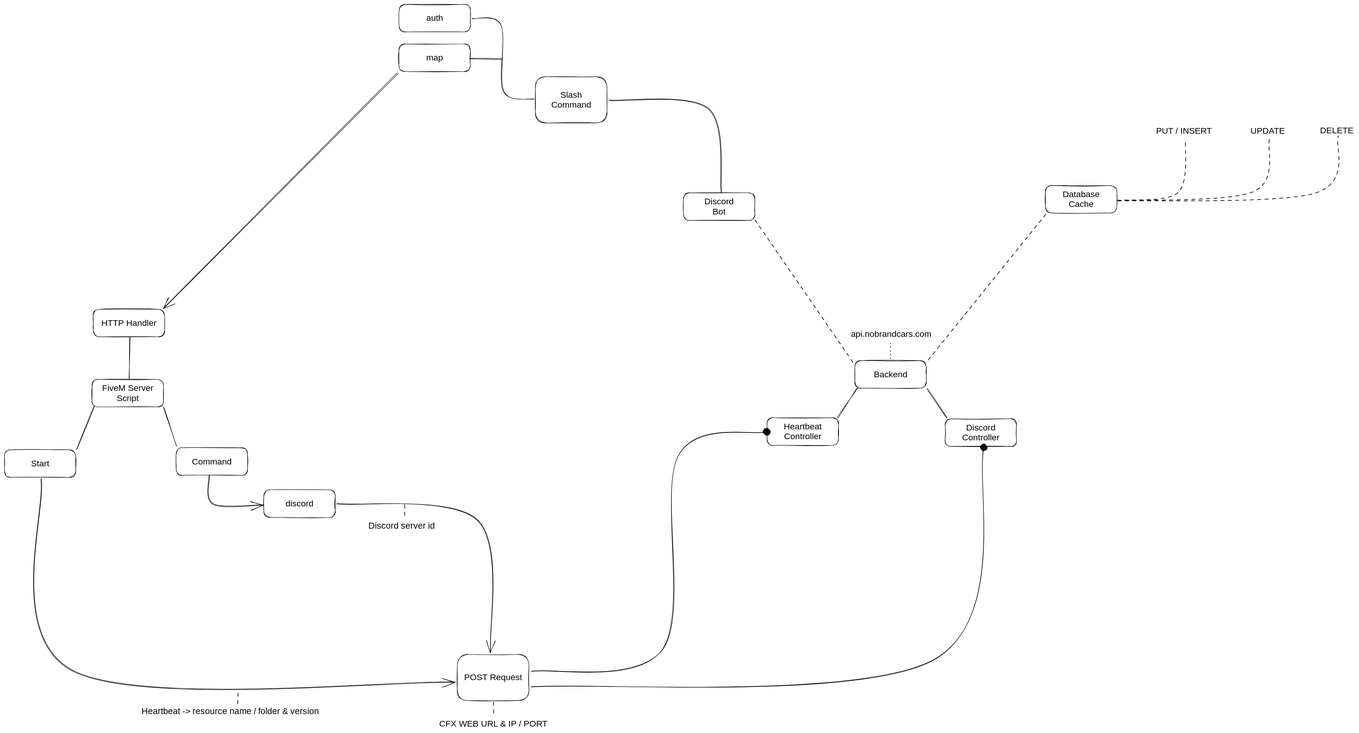
Earlier version of the Excalidraw export .gitbook/assets/file.excalidraw.svg (NoBrandCars/docs). Source tidied: one line per element, renumbered; positions are measured from the earlier drawing's top-left corner, leaving out a move shared by most shapes.
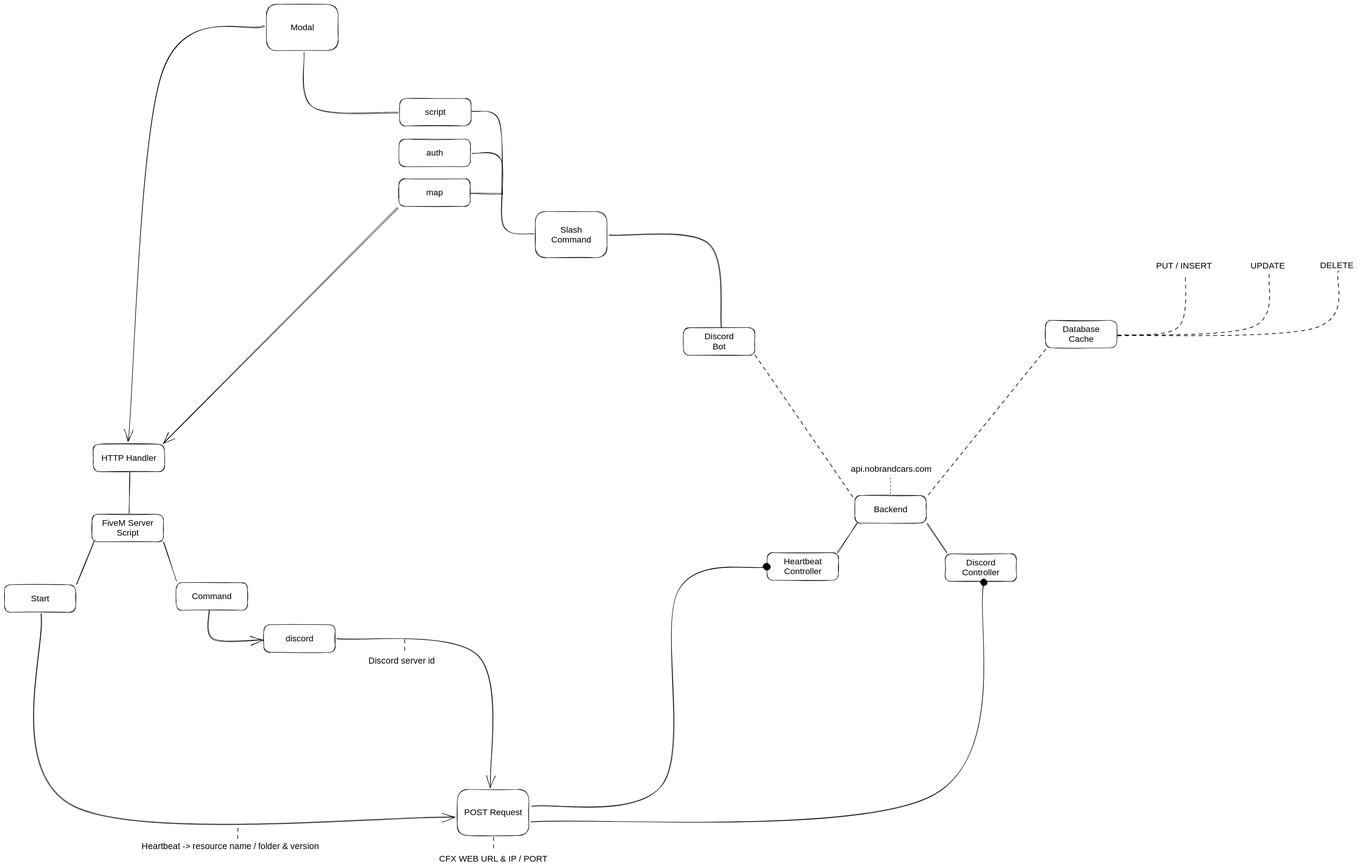
After the change.

What changed in the source:
```diff
@@ -56,3 +56,10 @@
 {"id": 55, "type": "text", "text": "HTTP Handler", "strokeColor": "#000000", "strokeWidth": 1, "roughness": 1, "fontSize": 20, "fontFamily": 2, "textAlign": "center", "verticalAlign": "middle", "inside": 54, "x": 224, "y": 726, "width": 129, "height": 23}
 {"id": 56, "type": "arrow", "strokeColor": "#000000", "strokeWidth": 1, "roughness": 1, "round": true, "from": 54, "to": 0, "x": 290, "y": 770, "width": 2, "height": 96, "points": [[0, 0], [-2, 96]]}
 {"id": 57, "type": "arrow", "strokeColor": "#000000", "strokeWidth": 1, "roughness": 1, "endArrowhead": "arrow", "round": true, "from": 51, "to": 54, "x": 910, "y": 159, "width": 543, "height": 545, "points": [[0, 0], [-543, 545]]}
+{"id": 58, "type": "rectangle", "strokeColor": "#000000", "strokeWidth": 1, "roughness": 1, "round": true, "x": 915, "y": -94, "width": 165, "height": 64}
+{"id": 59, "type": "text", "text": "script", "strokeColor": "#000000", "strokeWidth": 1, "roughness": 1, "fontSize": 20, "fontFamily": 2, "textAlign": "center", "verticalAlign": "middle", "inside": 58, "x": 972, "y": -74, "width": 50, "height": 23}
+{"id": 60, "type": "arrow", "strokeColor": "#000000", "strokeWidth": 1, "roughness": 1, "round": true, "from": 58, "x": 1081, "y": -65, "width": 70, "height": 191, "points": [[0, 0], [64, 22], [70, 191]]}
+{"id": 61, "type": "rectangle", "strokeColor": "#000000", "strokeWidth": 1, "roughness": 1, "round": true, "x": 607, "y": -312, "width": 166, "height": 107}
+{"id": 62, "type": "text", "text": "Modal", "strokeColor": "#000000", "strokeWidth": 1, "roughness": 1, "fontSize": 20, "fontFamily": 2, "textAlign": "center", "verticalAlign": "middle", "inside": 61, "x": 662, "y": -270, "width": 56, "height": 23}
+{"id": 63, "type": "arrow", "strokeColor": "#000000", "strokeWidth": 1, "roughness": 1, "round": true, "from": 58, "to": 61, "x": 911, "y": -62, "width": 218, "height": 138, "points": [[0, 0], [-197, -13], [-218, -138]]}
+{"id": 64, "type": "arrow", "strokeColor": "#000000", "strokeWidth": 1, "roughness": 1, "endArrowhead": "arrow", "round": true, "from": 61, "to": 54, "x": 602, "y": -262, "width": 316, "height": 960, "points": [[0, 0], [-239, 112], [-316, 960]]}
```
